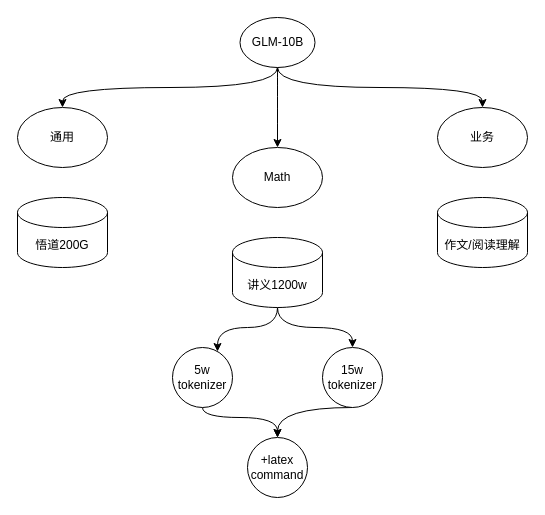
ZhangHammer/ZhangHammer keeps this draw.io diagram as LLM-GLM-10B实验大纲.drawio. Above is the earlier version. Source tidied: cells renumbered, new cells numbered last; positions are measured from the earlier drawing's top-left corner, leaving out a move shared by most shapes. Both pictures are drawn from the tidied source at 100%, with x=0, y=0 at pixel (17, 17).
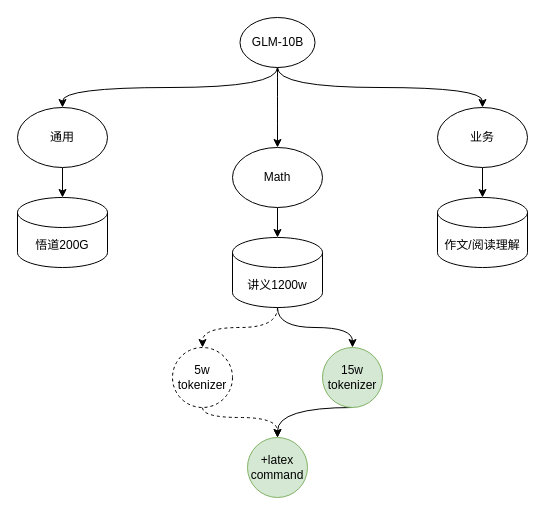
After the change.

Commit message:
更新LLM-GLM-10B实验大纲.drawio

Unchanged cells that the change refers to:
```xml
<mxCell id="2" value="业务" style="ellipse;whiteSpace=wrap;html=1;" parent="1" vertex="1">
  <mxGeometry x="420" y="90" width="90" height="60" as="geometry" />
</mxCell>
<mxCell id="7" value="Math" style="ellipse;whiteSpace=wrap;html=1;" parent="1" vertex="1">
  <mxGeometry x="215" y="130" width="90" height="60" as="geometry" />
</mxCell>
<mxCell id="8" value="通用" style="ellipse;whiteSpace=wrap;html=1;" parent="1" vertex="1">
  <mxGeometry y="90" width="90" height="60" as="geometry" />
</mxCell>
<mxCell id="11" value="讲义1200w" style="shape=cylinder3;whiteSpace=wrap;html=1;boundedLbl=1;backgroundOutline=1;size=15;" parent="1" vertex="1">
  <mxGeometry x="215" y="220" width="90" height="70" as="geometry" />
</mxCell>
<mxCell id="12" value="悟道200G" style="shape=cylinder3;whiteSpace=wrap;html=1;boundedLbl=1;backgroundOutline=1;size=15;" parent="1" vertex="1">
  <mxGeometry y="180" width="90" height="70" as="geometry" />
</mxCell>
<mxCell id="13" value="作文/阅读理解" style="shape=cylinder3;whiteSpace=wrap;html=1;boundedLbl=1;backgroundOutline=1;size=15;" parent="1" vertex="1">
  <mxGeometry x="420" y="180" width="90" height="70" as="geometry" />
</mxCell>
```

The edit, as a diff of the source:
```diff
@@
+    <mxCell id="19" style="edgeStyle=none;rounded=0;jettySize=auto;html=1;exitX=0.5;exitY=1;exitDx=0;exitDy=0;entryX=0.5;entryY=0;entryDx=0;entryDy=0;entryPerimeter=0;" parent="1" edge="1" source="2" target="13">
+      <mxGeometry relative="1" as="geometry" />
+    </mxCell>
@@
+    <mxCell id="20" style="edgeStyle=none;rounded=0;jettySize=auto;html=1;exitX=0.5;exitY=1;exitDx=0;exitDy=0;entryX=0.5;entryY=0;entryDx=0;entryDy=0;entryPerimeter=0;" parent="1" edge="1" source="7" target="11">
+      <mxGeometry relative="1" as="geometry" />
+    </mxCell>
@@
+    <mxCell id="21" style="edgeStyle=none;rounded=0;jettySize=auto;html=1;exitX=0.5;exitY=1;exitDx=0;exitDy=0;entryX=0.5;entryY=0;entryDx=0;entryDy=0;entryPerimeter=0;" parent="1" edge="1" source="8" target="12">
+      <mxGeometry relative="1" as="geometry" />
+    </mxCell>
@@
+    <mxCell id="10" style="edgeStyle=orthogonalEdgeStyle;curved=1;rounded=0;jettySize=auto;html=1;exitX=0.5;exitY=1;exitDx=0;exitDy=0;exitPerimeter=0;entryX=0.5;entryY=0;entryDx=0;entryDy=0;" parent="1" edge="1" source="11" target="17">
+      <mxGeometry relative="1" as="geometry" />
+    </mxCell>
-    <mxCell id="9" style="edgeStyle=orthogonalEdgeStyle;curved=1;rounded=0;jettySize=auto;html=1;" parent="1" edge="1" source="11" target="15">
-      <mxGeometry relative="1" as="geometry">
-        <Array as="points">
-          <mxPoint x="260" y="310" />
-          <mxPoint x="200" y="310" />
-        </Array>
-      </mxGeometry>
+    <mxCell id="9" style="edgeStyle=orthogonalEdgeStyle;curved=1;rounded=0;jettySize=auto;html=1;exitX=0.5;exitY=1;exitDx=0;exitDy=0;exitPerimeter=0;entryX=0.5;entryY=0;entryDx=0;entryDy=0;dashed=1;" parent="1" edge="1" source="11" target="15">
+      <mxGeometry relative="1" as="geometry" />
     </mxCell>
-    <mxCell id="10" style="edgeStyle=orthogonalEdgeStyle;curved=1;rounded=0;jettySize=auto;html=1;exitX=0.5;exitY=1;exitDx=0;exitDy=0;exitPerimeter=0;entryX=0.5;entryY=0;entryDx=0;entryDy=0;" parent="1" edge="1" source="11" target="17">
-      <mxGeometry relative="1" as="geometry" />
-    </mxCell>
@@
-    <mxCell id="14" style="edgeStyle=orthogonalEdgeStyle;curved=1;rounded=0;jettySize=auto;html=1;exitX=0.5;exitY=1;exitDx=0;exitDy=0;entryX=0.5;entryY=0;entryDx=0;entryDy=0;" parent="1" edge="1" source="15" target="18">
+    <mxCell id="14" style="edgeStyle=orthogonalEdgeStyle;curved=1;rounded=0;jettySize=auto;html=1;exitX=0.5;exitY=1;exitDx=0;exitDy=0;entryX=0.5;entryY=0;entryDx=0;entryDy=0;dashed=1;" parent="1" edge="1" source="15" target="18">
       <mxGeometry relative="1" as="geometry">
         <Array as="points">
           <mxPoint x="185" y="400" />
           <mxPoint x="260" y="400" />
         </Array>
       </mxGeometry>
     </mxCell>
-    <mxCell id="15" value="5w tokenizer" style="ellipse;whiteSpace=wrap;html=1;" parent="1" vertex="1">
+    <mxCell id="15" value="5w tokenizer" style="ellipse;whiteSpace=wrap;html=1;dashed=1;" parent="1" vertex="1">
       <mxGeometry x="155" y="330" width="60" height="60" as="geometry" />
     </mxCell>
@@
-    <mxCell id="17" value="15w tokenizer" style="ellipse;whiteSpace=wrap;html=1;" parent="1" vertex="1">
+    <mxCell id="17" value="15w tokenizer" style="ellipse;whiteSpace=wrap;html=1;fillColor=#d5e8d4;strokeColor=#82b366;" parent="1" vertex="1">
       <mxGeometry x="305" y="330" width="60" height="60" as="geometry" />
     </mxCell>
-    <mxCell id="18" value="+latex command" style="ellipse;whiteSpace=wrap;html=1;" parent="1" vertex="1">
+    <mxCell id="18" value="+latex command" style="ellipse;whiteSpace=wrap;html=1;fillColor=#d5e8d4;strokeColor=#82b366;" parent="1" vertex="1">
       <mxGeometry x="230" y="420" width="60" height="60" as="geometry" />
     </mxCell>
```
